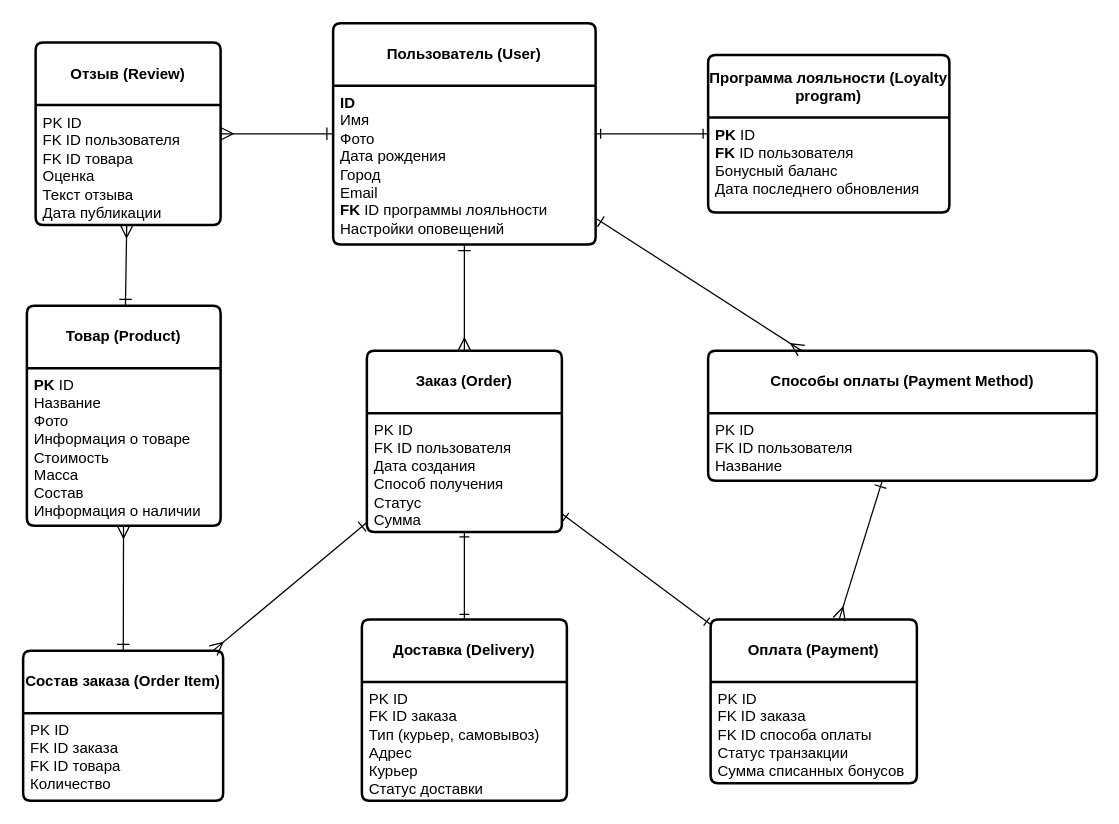
epolyanskiy/ITMO-DBD keeps this draw.io diagram as LW1.drawio. Above is the earlier version. Source tidied: cells renumbered, new cells numbered last; positions are measured from the earlier drawing's top-left corner, leaving out a move shared by most shapes. Both pictures are drawn from the tidied source at 125%, with x=0, y=0 at pixel (22, 22).
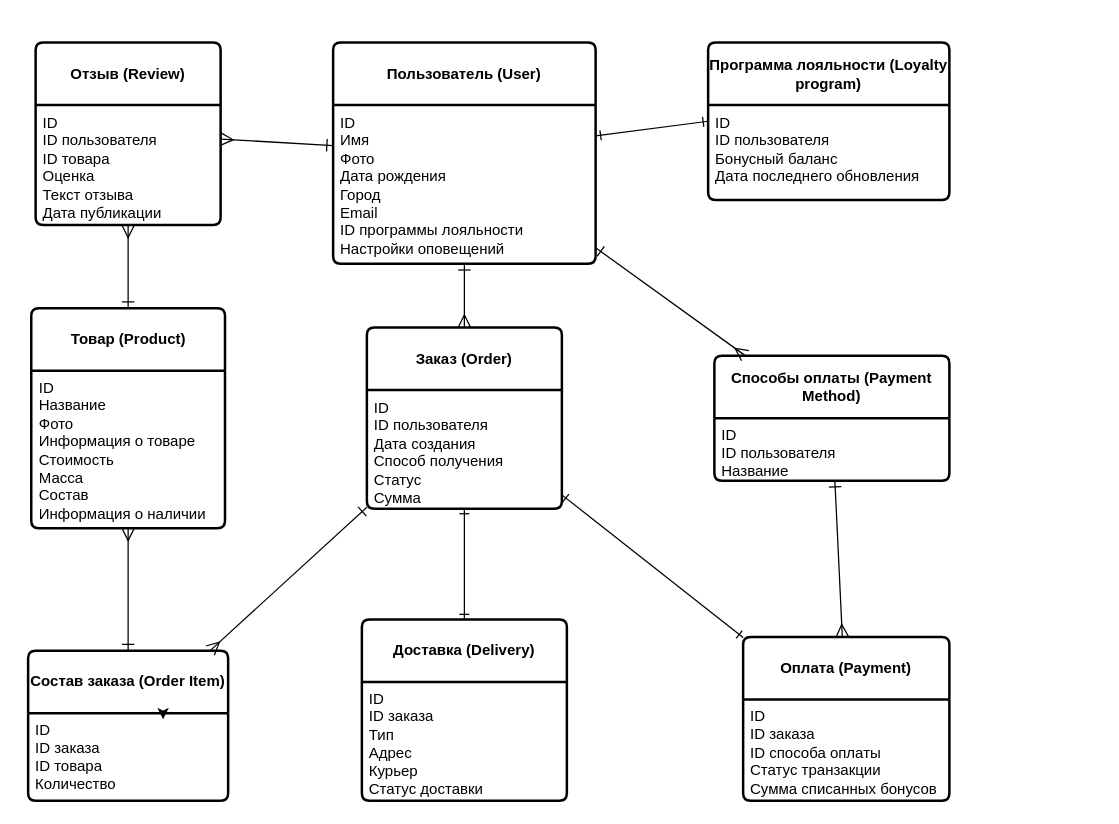
Above is the later version.

The change refers to these unchanged cells:
```xml
<mxCell id="10" value="Отзыв (Review)" style="swimlane;horizontal=1;startSize=50;rounded=1;strokeWidth=2;shadow=0;dashed=0;align=center;arcSize=4;whiteSpace=wrap;html=1;" parent="1" vertex="1">
  <mxGeometry x="10" y="15.5" width="148" height="146" as="geometry" />
</mxCell>
<mxCell id="20" value="Доставка (Delivery)" style="swimlane;horizontal=1;startSize=50;rounded=1;strokeWidth=2;shadow=0;dashed=0;align=center;arcSize=4;whiteSpace=wrap;html=1;" parent="1" vertex="1">
  <mxGeometry x="271" y="477" width="164" height="145" as="geometry" />
</mxCell>
```

Change to the diagram source:
```diff
@@
     <mxCell id="4" value="Пользователь (User)" style="swimlane;horizontal=1;startSize=50;rounded=1;strokeWidth=2;shadow=0;dashed=0;align=center;arcSize=4;whiteSpace=wrap;html=1;" parent="1" vertex="1">
-      <mxGeometry x="248" width="210" height="177" as="geometry" />
+      <mxGeometry x="248" y="15.5" width="210" height="177" as="geometry" />
     </mxCell>
-    <mxCell id="5" value="&lt;b&gt;ID&lt;/b&gt;&lt;div&gt;Имя&lt;/div&gt;&lt;div&gt;Фото&lt;/div&gt;&lt;div&gt;Дата рождения&lt;/div&gt;&lt;div&gt;Город&lt;/div&gt;&lt;div&gt;Email&lt;/div&gt;&lt;div&gt;&lt;b&gt;FK&lt;/b&gt; ID программы лояльности&lt;/div&gt;&lt;div&gt;Настройки оповещений&lt;/div&gt;" style="align=left;strokeColor=none;fillColor=none;spacingLeft=4;fontSize=12;verticalAlign=top;html=1;" parent="4" vertex="1">
+    <mxCell id="5" value="ID&lt;div&gt;Имя&lt;/div&gt;&lt;div&gt;Фото&lt;/div&gt;&lt;div&gt;Дата рождения&lt;/div&gt;&lt;div&gt;Город&lt;/div&gt;&lt;div&gt;Email&lt;/div&gt;&lt;div&gt;ID программы лояльности&lt;/div&gt;&lt;div&gt;Настройки оповещений&lt;/div&gt;" style="align=left;strokeColor=none;fillColor=none;spacingLeft=4;fontSize=12;verticalAlign=top;html=1;" parent="4" vertex="1">
       <mxGeometry y="50" width="210" height="127" as="geometry" />
     </mxCell>
     <mxCell id="6" value="Программа лояльности (Loyalty program)" style="swimlane;horizontal=1;startSize=50;rounded=1;strokeWidth=2;shadow=0;dashed=0;align=center;arcSize=4;whiteSpace=wrap;html=1;" parent="1" vertex="1">
-      <mxGeometry x="548" y="25.5" width="193" height="126" as="geometry" />
+      <mxGeometry x="548" y="15.5" width="193" height="126" as="geometry" />
     </mxCell>
-    <mxCell id="7" value="&lt;b&gt;PK&lt;/b&gt; ID&lt;br&gt;&lt;b&gt;FK&lt;/b&gt; ID пользователя&lt;br&gt;Бонусный баланс&lt;br&gt;Дата последнего обновления" style="align=left;strokeColor=none;fillColor=none;spacingLeft=4;verticalAlign=top;html=1;" parent="6" vertex="1">
+    <mxCell id="7" value="ID&lt;br&gt;ID пользователя&lt;br&gt;Бонусный баланс&lt;br&gt;Дата последнего обновления" style="align=left;strokeColor=none;fillColor=none;spacingLeft=4;verticalAlign=top;html=1;" parent="6" vertex="1">
       <mxGeometry y="50" width="193" height="76" as="geometry" />
     </mxCell>
     <mxCell id="8" value="Товар (Product)" style="swimlane;horizontal=1;startSize=50;rounded=1;strokeWidth=2;shadow=0;dashed=0;align=center;arcSize=4;whiteSpace=wrap;html=1;" parent="1" vertex="1">
-      <mxGeometry x="3" y="226" width="155" height="176" as="geometry" />
+      <mxGeometry x="6.5" y="228" width="155" height="176" as="geometry" />
     </mxCell>
-    <mxCell id="9" value="&lt;b&gt;PK&lt;/b&gt; ID&lt;br&gt;Название&lt;br&gt;Фото&lt;br&gt;Информация о товаре&lt;br&gt;Стоимость&lt;br&gt;Масса&lt;br&gt;Состав&lt;br&gt;Информация о наличии" style="align=left;strokeColor=none;fillColor=none;spacingLeft=4;verticalAlign=top;html=1;" parent="8" vertex="1">
+    <mxCell id="9" value="ID&lt;br&gt;Название&lt;br&gt;Фото&lt;br&gt;Информация о товаре&lt;br&gt;Стоимость&lt;br&gt;Масса&lt;br&gt;Состав&lt;br&gt;Информация о наличии" style="align=left;strokeColor=none;fillColor=none;spacingLeft=4;verticalAlign=top;html=1;" parent="8" vertex="1">
       <mxGeometry y="50" width="155" height="126" as="geometry" />
     </mxCell>
@@
-    <mxCell id="11" value="PK ID&#10;FK ID пользователя&#10;FK ID товара&#10;Оценка&#10;Текст отзыва&#10;Дата публикации" style="align=left;strokeColor=none;fillColor=none;spacingLeft=4;verticalAlign=top;html=1;" parent="10" vertex="1">
+    <mxCell id="11" value="ID&lt;div&gt;ID пользователя&lt;br&gt;ID товара&lt;br&gt;Оценка&lt;br&gt;Текст отзыва&lt;br&gt;Дата публикации&lt;/div&gt;" style="align=left;strokeColor=none;fillColor=none;spacingLeft=4;verticalAlign=top;html=1;" parent="10" vertex="1">
       <mxGeometry y="50" width="148" height="96" as="geometry" />
     </mxCell>
     <mxCell id="12" value="Заказ (Order)" style="swimlane;horizontal=1;startSize=50;rounded=1;strokeWidth=2;shadow=0;dashed=0;align=center;arcSize=4;whiteSpace=wrap;html=1;" parent="1" vertex="1">
-      <mxGeometry x="275" y="262" width="156" height="145" as="geometry" />
+      <mxGeometry x="275" y="243.5" width="156" height="145" as="geometry" />
     </mxCell>
-    <mxCell id="13" value="PK ID&#10;FK ID пользователя&#10;Дата создания&#10;Способ получения&#10;Статус&#10;Сумма" style="align=left;strokeColor=none;fillColor=none;spacingLeft=4;verticalAlign=top;html=1;" parent="12" vertex="1">
+    <mxCell id="13" value="ID&lt;br&gt;ID пользователя&lt;br&gt;Дата создания&lt;br&gt;Способ получения&lt;br&gt;Статус&lt;br&gt;Сумма" style="align=left;strokeColor=none;fillColor=none;spacingLeft=4;verticalAlign=top;html=1;" parent="12" vertex="1">
       <mxGeometry y="50" width="156" height="95" as="geometry" />
     </mxCell>
     <mxCell id="14" value="Состав заказа (Order Item)" style="swimlane;horizontal=1;startSize=50;rounded=1;strokeWidth=2;shadow=0;dashed=0;align=center;arcSize=4;whiteSpace=wrap;html=1;" parent="1" vertex="1">
-      <mxGeometry y="502" width="160" height="120" as="geometry" />
+      <mxGeometry x="4" y="502" width="160" height="120" as="geometry" />
     </mxCell>
-    <mxCell id="15" value="PK ID&#10;FK ID заказа&#10;FK ID товара&#10;Количество" style="align=left;strokeColor=none;fillColor=none;spacingLeft=4;verticalAlign=top;html=1;" parent="14" vertex="1">
+    <mxCell id="15" value="ID&lt;div&gt;ID заказа&lt;/div&gt;&lt;div&gt;ID товара&lt;br&gt;Количество&lt;/div&gt;" style="align=left;strokeColor=none;fillColor=none;spacingLeft=4;verticalAlign=top;html=1;" parent="14" vertex="1">
       <mxGeometry y="50" width="160" height="70" as="geometry" />
     </mxCell>
+    <mxCell id="30" style="edgeStyle=orthogonalEdgeStyle;rounded=0;orthogonalLoop=1;jettySize=auto;html=1;exitX=0.5;exitY=0;exitDx=0;exitDy=0;entryX=0.675;entryY=0.07;entryDx=0;entryDy=0;entryPerimeter=0;" parent="14" edge="1" source="15" target="15">
+      <mxGeometry relative="1" as="geometry" />
+    </mxCell>
     <mxCell id="16" value="Способы оплаты (Payment Method)" style="swimlane;horizontal=1;startSize=50;rounded=1;strokeWidth=2;shadow=0;dashed=0;align=center;arcSize=4;whiteSpace=wrap;html=1;" parent="1" vertex="1">
-      <mxGeometry x="548" y="262" width="311" height="104" as="geometry" />
+      <mxGeometry x="553" y="266" width="188" height="100" as="geometry" />
     </mxCell>
-    <mxCell id="17" value="PK ID&lt;br&gt;FK ID пользователя&lt;br&gt;Название" style="align=left;strokeColor=none;fillColor=none;spacingLeft=4;verticalAlign=top;html=1;" parent="16" vertex="1">
-      <mxGeometry y="50" width="311" height="54" as="geometry" />
+    <mxCell id="17" value="ID&lt;br&gt;ID пользователя&lt;br&gt;Название" style="align=left;strokeColor=none;fillColor=none;spacingLeft=4;verticalAlign=top;html=1;" parent="16" vertex="1">
+      <mxGeometry y="50" width="188" height="50" as="geometry" />
     </mxCell>
     <mxCell id="18" value="Оплата (Payment)" style="swimlane;horizontal=1;startSize=50;rounded=1;strokeWidth=2;shadow=0;dashed=0;align=center;arcSize=4;whiteSpace=wrap;html=1;" parent="1" vertex="1">
-      <mxGeometry x="550" y="477" width="165" height="131" as="geometry" />
+      <mxGeometry x="576" y="491" width="165" height="131" as="geometry" />
     </mxCell>
-    <mxCell id="19" value="PK ID&#10;FK ID заказа&#10;FK ID способа оплаты&#10;Статус транзакции&#10;Сумма списанных бонусов" style="align=left;strokeColor=none;fillColor=none;spacingLeft=4;verticalAlign=top;html=1;" parent="18" vertex="1">
+    <mxCell id="19" value="ID&lt;br&gt;ID заказа&lt;br&gt;ID способа оплаты&lt;br&gt;Статус транзакции&lt;br&gt;Сумма списанных бонусов" style="align=left;strokeColor=none;fillColor=none;spacingLeft=4;verticalAlign=top;html=1;" parent="18" vertex="1">
       <mxGeometry y="50" width="165" height="81" as="geometry" />
     </mxCell>
@@
-    <mxCell id="21" value="PK ID&#10;FK ID заказа&#10;Тип (курьер, самовывоз)&#10;Адрес&#10;Курьер&#10;Статус доставки" style="align=left;strokeColor=none;fillColor=none;spacingLeft=4;verticalAlign=top;html=1;" parent="20" vertex="1">
+    <mxCell id="21" value="ID&lt;div&gt;ID заказа&lt;br&gt;Тип&amp;nbsp;&lt;br&gt;Адрес&lt;br&gt;Курьер&lt;br&gt;Статус доставки&lt;/div&gt;" style="align=left;strokeColor=none;fillColor=none;spacingLeft=4;verticalAlign=top;html=1;" parent="20" vertex="1">
       <mxGeometry y="50" width="164" height="95" as="geometry" />
     </mxCell>
```
